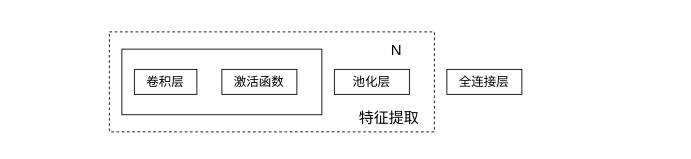
Above: DrawIO_file/毕业论文画图/经典cnn.drawio in DingDongZz/typera_PicGO (draw.io), before the change. Source tidied: cells renumbered, new cells numbered last; positions are measured from the earlier drawing's top-left corner, leaving out a move shared by most shapes. Both pictures are drawn from the tidied source at 125%, with x=0, y=0 at pixel (109, 31).
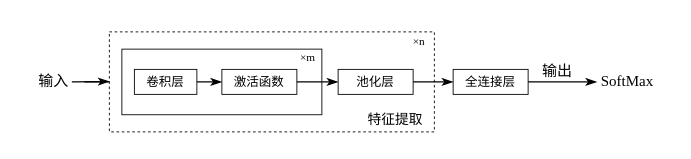
Above is the later version.

Unchanged cells that the change refers to:
```xml
<mxCell id="4" value="&lt;font style=&quot;font-size: 10px;&quot;&gt;卷积层&lt;/font&gt;" style="rounded=0;whiteSpace=wrap;html=1;fontSize=12;fontFamily=宋体;strokeWidth=0.7;" parent="1" vertex="1">
  <mxGeometry x="20" y="30" width="50" height="20" as="geometry" />
</mxCell>
<mxCell id="5" value="&lt;font style=&quot;font-size: 10px;&quot;&gt;激活函数&lt;/font&gt;" style="rounded=0;whiteSpace=wrap;html=1;fontSize=12;fontFamily=宋体;strokeWidth=0.7;" parent="1" vertex="1">
  <mxGeometry x="90" y="30" width="60" height="20" as="geometry" />
</mxCell>
```

What changed in the source:
```diff
@@
+    <mxCell id="10" style="edgeStyle=orthogonalEdgeStyle;rounded=0;jettySize=auto;html=1;" parent="1" edge="1" source="11" target="4">
+      <mxGeometry relative="1" as="geometry" />
+    </mxCell>
+    <mxCell id="11" value="&lt;font face=&quot;宋体&quot;&gt;输入&lt;/font&gt;" style="text;html=1;align=center;verticalAlign=middle;points=[];strokeColor=none;fillColor=none;" parent="1" vertex="1">
+      <mxGeometry x="-70" y="25" width="50" height="30" as="geometry" />
+    </mxCell>
@@
     <mxCell id="6" value="&lt;font style=&quot;font-size: 10px;&quot;&gt;池化层&lt;/font&gt;" style="rounded=0;whiteSpace=wrap;html=1;fontSize=12;fontFamily=宋体;strokeWidth=0.7;" parent="1" vertex="1">
-      <mxGeometry x="180" y="30" width="60" height="20" as="geometry" />
+      <mxGeometry x="183" y="30" width="60" height="20" as="geometry" />
     </mxCell>
     <mxCell id="7" value="&lt;font style=&quot;font-size: 10px;&quot;&gt;全连接层&lt;/font&gt;" style="rounded=0;whiteSpace=wrap;html=1;fontSize=12;fontFamily=宋体;strokeWidth=0.7;" parent="1" vertex="1">
-      <mxGeometry x="270" y="30" width="60" height="20" as="geometry" />
+      <mxGeometry x="275" y="30" width="60" height="20" as="geometry" />
     </mxCell>
-    <mxCell id="8" value="特征提取" style="text;html=1;align=center;verticalAlign=middle;whiteSpace=wrap;rounded=0;fontFamily=宋体;" parent="1" vertex="1">
-      <mxGeometry x="194" y="54" width="60" height="30" as="geometry" />
+    <mxCell id="8" value="特征提取" style="text;html=1;align=center;verticalAlign=middle;whiteSpace=wrap;rounded=0;fontFamily=宋体;fontSize=11;" parent="1" vertex="1">
+      <mxGeometry x="199" y="55" width="60" height="30" as="geometry" />
     </mxCell>
-    <mxCell id="9" value="N" style="text;html=1;align=center;verticalAlign=middle;whiteSpace=wrap;rounded=0;fontFamily=宋体;" parent="1" vertex="1">
-      <mxGeometry x="200" width="60" height="30" as="geometry" />
+    <mxCell id="9" value="&lt;font style=&quot;&quot;&gt;&lt;font style=&quot;font-size: 9px;&quot;&gt;×&lt;/font&gt;&lt;font style=&quot;font-size: 9px;&quot;&gt;n&lt;/font&gt;&lt;/font&gt;" style="text;html=1;align=center;verticalAlign=middle;whiteSpace=wrap;rounded=0;fontFamily=Times New Roman;" parent="1" vertex="1">
+      <mxGeometry x="218" y="-8" width="60" height="30" as="geometry" />
     </mxCell>
+    <mxCell id="12" style="endArrow=classicThin;html=1;rounded=0;entryX=0;entryY=0.5;entryDx=0;entryDy=0;endFill=1;" parent="1" edge="1">
+      <mxGeometry relative="1" as="geometry">
+        <mxPoint x="-30" y="40" as="sourcePoint" />
+        <mxPoint y="39.7" as="targetPoint" />
+      </mxGeometry>
+    </mxCell>
+    <mxCell id="13" value="&lt;font style=&quot;&quot;&gt;&lt;font style=&quot;font-size: 9px;&quot;&gt;×&lt;/font&gt;&lt;font style=&quot;font-size: 9px;&quot;&gt;m&lt;/font&gt;&lt;/font&gt;" style="text;html=1;align=center;verticalAlign=middle;whiteSpace=wrap;rounded=0;fontFamily=Times New Roman;" parent="1" vertex="1">
+      <mxGeometry x="129" y="5" width="60" height="30" as="geometry" />
+    </mxCell>
+    <mxCell id="14" style="endArrow=classicThin;html=1;rounded=0;entryX=0;entryY=0.5;entryDx=0;entryDy=0;exitX=1;exitY=0.5;exitDx=0;exitDy=0;endFill=1;" parent="1" edge="1" source="4" target="5">
+      <mxGeometry relative="1" as="geometry" />
+    </mxCell>
+    <mxCell id="15" style="endArrow=classicThin;html=1;rounded=0;entryX=0;entryY=0.5;entryDx=0;entryDy=0;exitX=1;exitY=0.5;exitDx=0;exitDy=0;endFill=1;" parent="1" edge="1" source="5" target="6">
+      <mxGeometry relative="1" as="geometry" />
+    </mxCell>
+    <mxCell id="16" style="endArrow=classicThin;html=1;rounded=0;entryX=0;entryY=0.5;entryDx=0;entryDy=0;exitX=1;exitY=0.5;exitDx=0;exitDy=0;endFill=1;" parent="1" edge="1" source="6" target="7">
+      <mxGeometry relative="1" as="geometry" />
+    </mxCell>
+    <mxCell id="17" value="&lt;font face=&quot;宋体&quot;&gt;输出&lt;/font&gt;" style="text;html=1;align=center;verticalAlign=middle;strokeColor=none;fillColor=none;" parent="1" vertex="1">
+      <mxGeometry x="333" y="16.8" width="50" height="30" as="geometry" />
+    </mxCell>
+    <mxCell id="18" style="endArrow=classicThin;html=1;rounded=0;exitX=1;exitY=0.5;exitDx=0;exitDy=0;endFill=1;" parent="1" edge="1" source="7">
+      <mxGeometry relative="1" as="geometry">
+        <mxPoint x="390" y="40" as="targetPoint" />
+      </mxGeometry>
+    </mxCell>
+    <mxCell id="19" value="&lt;font face=&quot;Times New Roman&quot;&gt;SoftMax&lt;/font&gt;" style="text;html=1;align=center;verticalAlign=middle;strokeColor=none;fillColor=none;" parent="1" vertex="1">
+      <mxGeometry x="379" y="25" width="70" height="30" as="geometry" />
+    </mxCell>
```
